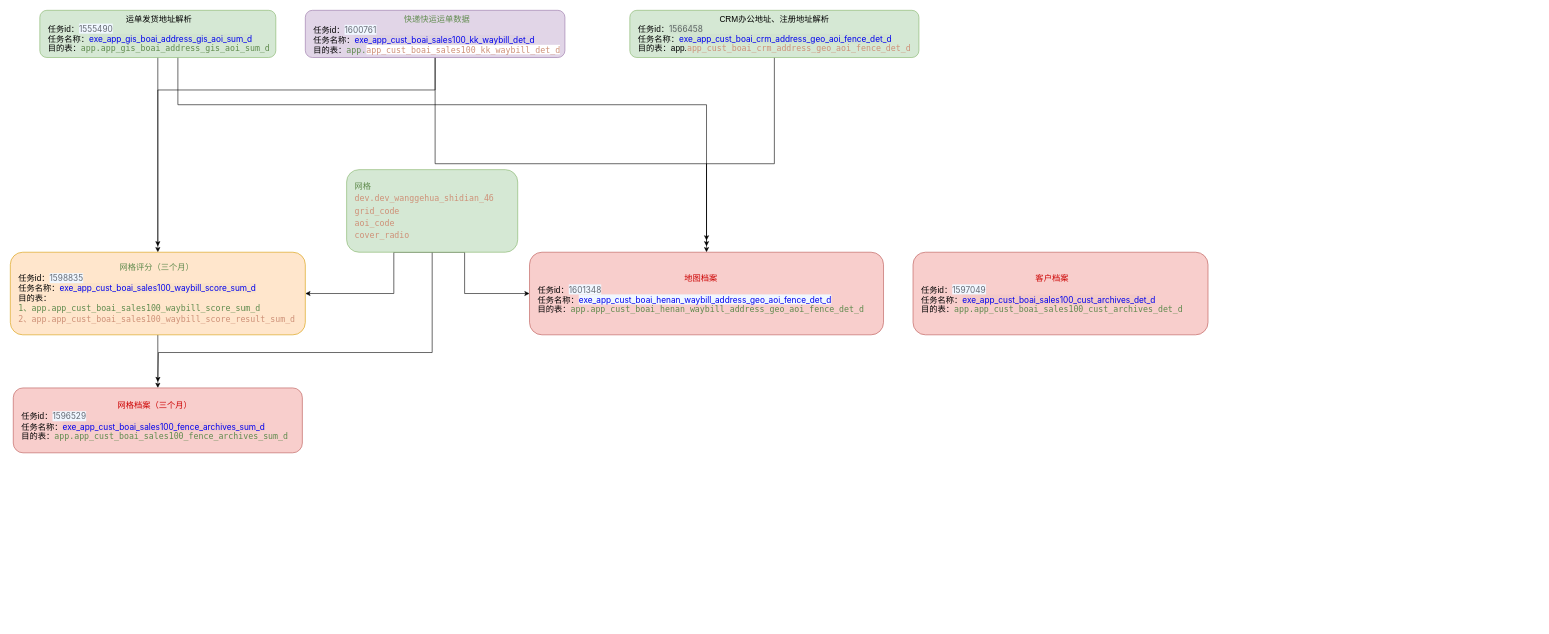
The draw.io diagram 网格化.drawio in tristayan/ck, before the edit. Source tidied: cells renumbered, new cells numbered last; positions are measured from the earlier drawing's top-left corner, leaving out a move shared by most shapes. Both pictures are drawn from the tidied source at 59%, with x=0, y=0 at pixel (10, 10).
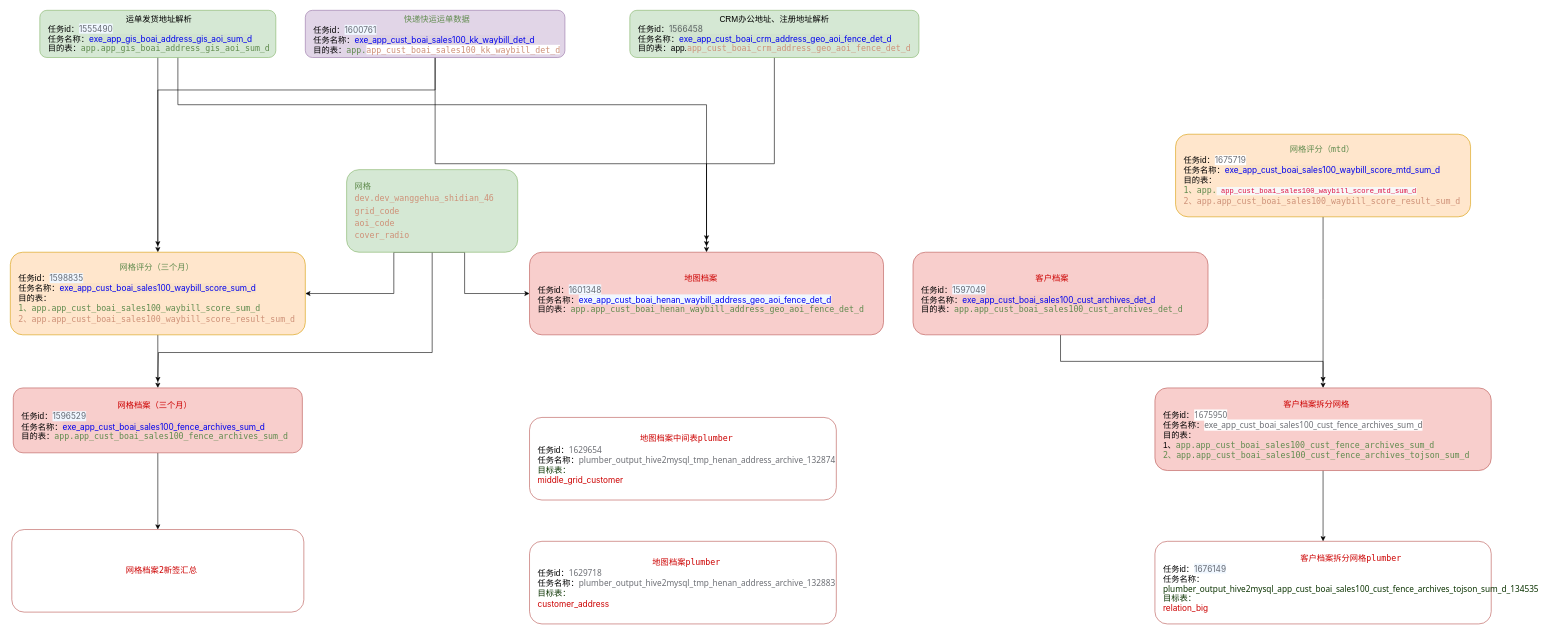
The same diagram, later.

Commit message:
更新网格化.drawio

The change refers to these unchanged cells:
```xml
<mxCell id="13" value="&lt;div style=&quot;text-align: center;&quot;&gt;&lt;div style=&quot;font-family: Menlo, Monaco, &amp;quot;Courier New&amp;quot;, monospace; line-height: 21px; white-space: pre;&quot;&gt;&lt;font color=&quot;#cc0000&quot;&gt;客户档案&lt;/font&gt;&lt;/div&gt;&lt;/div&gt;&lt;div&gt;任务id：&lt;span style=&quot;background-color: rgb(240, 247, 255); color: rgba(29, 33, 41, 0.65); font-family: -apple-system, &amp;quot;system-ui&amp;quot;, &amp;quot;Segoe UI&amp;quot;, &amp;quot;PingFang SC&amp;quot;, &amp;quot;Hiragino Sans GB&amp;quot;, &amp;quot;Microsoft YaHei&amp;quot;, &amp;quot;Helvetica Neue&amp;quot;, Helvetica, Arial, sans-serif, &amp;quot;Apple Color Emoji&amp;quot;, &amp;quot;Segoe UI Emoji&amp;quot;, &amp;quot;Segoe UI Symbol&amp;quot;; text-wrap-mode: nowrap;&quot;&gt;1597049&lt;/span&gt;&lt;/div&gt;&lt;div&gt;任务名称：&lt;a style=&quot;text-wrap-mode: nowrap; box-sizing: border-box; background-color: rgba(29, 33, 41, 0.02); cursor: pointer; transition: color 0.3s; touch-action: manipulation; font-family: -apple-system, &amp;quot;system-ui&amp;quot;, &amp;quot;Segoe UI&amp;quot;, &amp;quot;PingFang SC&amp;quot;, &amp;quot;Hiragino Sans GB&amp;quot;, &amp;quot;Microsoft YaHei&amp;quot;, &amp;quot;Helvetica Neue&amp;quot;, Helvetica, Arial, sans-serif, &amp;quot;Apple Color Emoji&amp;quot;, &amp;quot;Segoe UI Emoji&amp;quot;, &amp;quot;Segoe UI Symbol&amp;quot;; line-height: inherit; outline: 0px; text-decoration-line: none; padding-left: 0px; vertical-align: baseline; user-select: unset; padding-top: 0px !important; padding-right: 0px !important; padding-bottom: 0px !important;&quot; class=&quot;jmd__common-table-button--link&quot; title=&quot;exe_app_cust_boai_sales100_cust_archives_det_d&quot; target=&quot;_blank&quot; href=&quot;http://dp.jd.com/buffalo/task/detail?env=prod&amp;amp;taskId=1597049&quot;&gt;exe_app_cust_boai_sales100_cust_archives_det_d&lt;/a&gt;&lt;/div&gt;&lt;div&gt;目的表：&lt;span style=&quot;color: rgb(96, 139, 78); font-family: Menlo, Monaco, &amp;quot;Courier New&amp;quot;, monospace; white-space: pre; background-color: initial;&quot;&gt;app.app_cust_boai_sales100_cust_archives_det_d&lt;/span&gt;&lt;/div&gt;" style="rounded=1;whiteSpace=wrap;html=1;fontSize=14;align=left;spacingLeft=12;fillColor=#f8cecc;strokeColor=#b85450;" parent="1" vertex="1">
  <mxGeometry x="1530" y="410" width="500" height="140" as="geometry" />
</mxCell>
<mxCell id="14" value="&lt;div style=&quot;text-align: center;&quot;&gt;&lt;div style=&quot;font-family: Menlo, Monaco, &amp;quot;Courier New&amp;quot;, monospace; line-height: 21px; white-space: pre;&quot;&gt;&lt;font color=&quot;#cc0000&quot;&gt;网格档案（三个月&lt;/font&gt;&lt;span style=&quot;color: rgb(204, 0, 0); background-color: initial;&quot;&gt;）&lt;/span&gt;&lt;/div&gt;&lt;/div&gt;&lt;div&gt;任务id：&lt;span style=&quot;background-color: rgb(240, 247, 255); color: rgba(29, 33, 41, 0.65); font-family: -apple-system, &amp;quot;system-ui&amp;quot;, &amp;quot;Segoe UI&amp;quot;, &amp;quot;PingFang SC&amp;quot;, &amp;quot;Hiragino Sans GB&amp;quot;, &amp;quot;Microsoft YaHei&amp;quot;, &amp;quot;Helvetica Neue&amp;quot;, Helvetica, Arial, sans-serif, &amp;quot;Apple Color Emoji&amp;quot;, &amp;quot;Segoe UI Emoji&amp;quot;, &amp;quot;Segoe UI Symbol&amp;quot;; text-wrap-mode: nowrap;&quot;&gt;1596529&lt;/span&gt;&lt;/div&gt;&lt;div&gt;任务名称：&lt;a style=&quot;text-wrap-mode: nowrap; box-sizing: border-box; background-color: rgba(29, 33, 41, 0.02); cursor: pointer; transition: color 0.3s; touch-action: manipulation; font-family: -apple-system, &amp;quot;system-ui&amp;quot;, &amp;quot;Segoe UI&amp;quot;, &amp;quot;PingFang SC&amp;quot;, &amp;quot;Hiragino Sans GB&amp;quot;, &amp;quot;Microsoft YaHei&amp;quot;, &amp;quot;Helvetica Neue&amp;quot;, Helvetica, Arial, sans-serif, &amp;quot;Apple Color Emoji&amp;quot;, &amp;quot;Segoe UI Emoji&amp;quot;, &amp;quot;Segoe UI Symbol&amp;quot;; line-height: inherit; outline: 0px; text-decoration-line: none; padding-left: 0px; vertical-align: baseline; user-select: unset; padding-top: 0px !important; padding-right: 0px !important; padding-bottom: 0px !important;&quot; class=&quot;jmd__common-table-button--link&quot; title=&quot;exe_app_cust_boai_sales100_fence_archives_sum_d&quot; target=&quot;_blank&quot; href=&quot;http://dp.jd.com/buffalo/task/detail?env=prod&amp;amp;taskId=1596529&quot;&gt;exe_app_cust_boai_sales100_fence_archives_sum_d&lt;/a&gt;&lt;/div&gt;&lt;div&gt;目的表：&lt;span style=&quot;background-color: initial; color: rgb(96, 139, 78); font-family: Menlo, Monaco, &amp;quot;Courier New&amp;quot;, monospace; white-space: pre;&quot;&gt;app.&lt;/span&gt;&lt;span style=&quot;color: rgb(96, 139, 78); font-family: Menlo, Monaco, &amp;quot;Courier New&amp;quot;, monospace; white-space: pre;&quot;&gt;app_cust_boai_sales100_fence_archives_sum_d&lt;/span&gt;&lt;/div&gt;" style="rounded=1;whiteSpace=wrap;html=1;fontSize=14;align=left;spacingLeft=12;fillColor=#f8cecc;strokeColor=#b85450;" parent="1" vertex="1">
  <mxGeometry x="5" y="640" width="490" height="110" as="geometry" />
</mxCell>
```

What changed in the source:
```diff
@@
+    <mxCell id="19" style="edgeStyle=orthogonalEdgeStyle;rounded=0;jettySize=auto;html=1;entryX=0.5;entryY=0;entryDx=0;entryDy=0;" parent="1" edge="1" source="13" target="24">
+      <mxGeometry relative="1" as="geometry" />
+    </mxCell>
@@
+    <mxCell id="20" style="edgeStyle=orthogonalEdgeStyle;rounded=0;jettySize=auto;html=1;entryX=0.5;entryY=0;entryDx=0;entryDy=0;" parent="1" edge="1" source="14" target="26">
+      <mxGeometry relative="1" as="geometry" />
+    </mxCell>
@@
+    <mxCell id="21" style="edgeStyle=orthogonalEdgeStyle;rounded=0;jettySize=auto;html=1;" parent="1" edge="1" source="22">
+      <mxGeometry relative="1" as="geometry">
+        <mxPoint x="2225" y="630" as="targetPoint" />
+      </mxGeometry>
+    </mxCell>
+    <mxCell id="22" value="&lt;div style=&quot;text-align: center;&quot;&gt;&lt;div style=&quot;color: rgb(212, 212, 212); font-family: Menlo, Monaco, &amp;quot;Courier New&amp;quot;, monospace; line-height: 21px; white-space: pre;&quot;&gt;&lt;span style=&quot;color: rgb(96, 139, 78);&quot;&gt;网格评分（mtd）&lt;/span&gt;&lt;/div&gt;&lt;/div&gt;&lt;div&gt;任务id：&lt;span style=&quot;background-color: rgb(255, 255, 255); color: rgba(29, 33, 41, 0.65); font-family: -apple-system, &amp;quot;system-ui&amp;quot;, &amp;quot;Segoe UI&amp;quot;, &amp;quot;PingFang SC&amp;quot;, &amp;quot;Hiragino Sans GB&amp;quot;, &amp;quot;Microsoft YaHei&amp;quot;, &amp;quot;Helvetica Neue&amp;quot;, Helvetica, Arial, sans-serif, &amp;quot;Apple Color Emoji&amp;quot;, &amp;quot;Segoe UI Emoji&amp;quot;, &amp;quot;Segoe UI Symbol&amp;quot;; text-wrap-mode: nowrap;&quot;&gt;1675719&lt;/span&gt;&lt;/div&gt;&lt;div&gt;任务名称：&lt;a href=&quot;http://dp.jd.com/buffalo/task/detail?env=prod&amp;amp;taskId=1598835&quot; target=&quot;_blank&quot; title=&quot;exe_app_cust_boai_sales100_waybill_score_sum_d&quot; class=&quot;jmd__common-table-button--link&quot; style=&quot;text-wrap-mode: nowrap; box-sizing: border-box; background-color: rgba(29, 33, 41, 0.02); cursor: pointer; transition: color 0.3s; touch-action: manipulation; font-family: -apple-system, &amp;quot;system-ui&amp;quot;, &amp;quot;Segoe UI&amp;quot;, &amp;quot;PingFang SC&amp;quot;, &amp;quot;Hiragino Sans GB&amp;quot;, &amp;quot;Microsoft YaHei&amp;quot;, &amp;quot;Helvetica Neue&amp;quot;, Helvetica, Arial, sans-serif, &amp;quot;Apple Color Emoji&amp;quot;, &amp;quot;Segoe UI Emoji&amp;quot;, &amp;quot;Segoe UI Symbol&amp;quot;; line-height: inherit; outline: 0px; text-decoration-line: none; padding-left: 0px; vertical-align: baseline; user-select: unset; padding-top: 0px !important; padding-right: 0px !important; padding-bottom: 0px !important;&quot;&gt;exe_app_cust_boai_sales100_waybill_score_mtd_sum_d&lt;/a&gt;&lt;/div&gt;&lt;div&gt;目的表：&lt;/div&gt;&lt;div&gt;&lt;span style=&quot;color: rgb(96, 139, 78); font-family: Menlo, Monaco, &amp;quot;Courier New&amp;quot;, monospace; white-space: pre;&quot;&gt;1、app.&lt;/span&gt;&lt;span style=&quot;background-color: rgb(248, 248, 248); color: rgb(221, 17, 68); font-family: SFMono-Regular, Consolas, &amp;quot;Liberation Mono&amp;quot;, Menlo, Courier, monospace; font-size: 12px; white-space-collapse: preserve;&quot;&gt; app_cust_boai_sales100_waybill_score_mtd_sum_d&lt;/span&gt;&lt;/div&gt;&lt;div&gt;&lt;div style=&quot;color: rgb(212, 212, 212); font-family: Menlo, Monaco, &amp;quot;Courier New&amp;quot;, monospace; line-height: 21px; white-space: pre;&quot;&gt;&lt;span style=&quot;color: rgb(206, 145, 120);&quot;&gt;2、app.app_cust_boai_sales100_waybill_score_result_sum_d&lt;/span&gt;&lt;/div&gt;&lt;/div&gt;" style="rounded=1;whiteSpace=wrap;html=1;fontSize=14;align=left;spacingLeft=12;fillColor=#ffe6cc;strokeColor=#d79b00;" parent="1" vertex="1">
+      <mxGeometry x="1975" y="210" width="500" height="140" as="geometry" />
+    </mxCell>
+    <mxCell id="23" style="edgeStyle=orthogonalEdgeStyle;rounded=0;jettySize=auto;html=1;entryX=0.5;entryY=0;entryDx=0;entryDy=0;" parent="1" edge="1" source="24" target="25">
+      <mxGeometry relative="1" as="geometry" />
+    </mxCell>
+    <mxCell id="24" value="&lt;div style=&quot;text-align: center;&quot;&gt;&lt;div style=&quot;font-family: Menlo, Monaco, &amp;quot;Courier New&amp;quot;, monospace; line-height: 21px; white-space: pre;&quot;&gt;&lt;font color=&quot;#cc0000&quot;&gt;客户档案拆分网格&lt;/font&gt;&lt;/div&gt;&lt;/div&gt;&lt;div&gt;任务id：&lt;span style=&quot;background-color: rgb(255, 255, 255); color: rgba(29, 33, 41, 0.65); font-family: system-ui, -apple-system, &amp;quot;system-ui&amp;quot;, &amp;quot;PingFang SC&amp;quot;, 微软雅黑, &amp;quot;Microsoft YaHei&amp;quot;, &amp;quot;Segoe UI&amp;quot;, Roboto, &amp;quot;Helvetica Neue&amp;quot;, Arial, sans-serif; text-wrap-mode: nowrap;&quot;&gt;1675950&lt;/span&gt;&lt;/div&gt;&lt;div&gt;任务名称：&lt;span style=&quot;background-color: rgb(255, 255, 255); color: rgba(29, 33, 41, 0.65); font-family: system-ui, -apple-system, &amp;quot;system-ui&amp;quot;, &amp;quot;PingFang SC&amp;quot;, 微软雅黑, &amp;quot;Microsoft YaHei&amp;quot;, &amp;quot;Segoe UI&amp;quot;, Roboto, &amp;quot;Helvetica Neue&amp;quot;, Arial, sans-serif; text-wrap-mode: nowrap;&quot;&gt;exe_app_cust_boai_sales100_cust_fence_archives_sum_d&lt;/span&gt;&lt;/div&gt;&lt;div&gt;目的表：&lt;/div&gt;&lt;div&gt;1、&lt;span style=&quot;color: rgb(96, 139, 78); font-family: Menlo, Monaco, &amp;quot;Courier New&amp;quot;, monospace; white-space: pre; background-color: initial;&quot;&gt;app.&lt;/span&gt;&lt;span style=&quot;color: rgb(96, 139, 78); font-family: Menlo, Monaco, &amp;quot;Courier New&amp;quot;, monospace; white-space: pre;&quot;&gt;app_cust_boai_sales100_cust_fence_archives_sum_d&lt;/span&gt;&lt;/div&gt;&lt;div&gt;&lt;span style=&quot;color: rgb(96, 139, 78); font-family: Menlo, Monaco, &amp;quot;Courier New&amp;quot;, monospace; white-space: pre;&quot;&gt;2、&lt;/span&gt;&lt;span style=&quot;color: rgb(96, 139, 78); font-family: Menlo, Monaco, &amp;quot;Courier New&amp;quot;, monospace; white-space: pre;&quot;&gt;app.app_cust_boai_sales100_cust_fence_archives_tojson_sum_d&lt;/span&gt;&lt;/div&gt;" style="rounded=1;whiteSpace=wrap;html=1;fontSize=14;align=left;spacingLeft=12;fillColor=#f8cecc;strokeColor=#b85450;" parent="1" vertex="1">
+      <mxGeometry x="1940" y="640" width="570" height="140" as="geometry" />
+    </mxCell>
+    <mxCell id="25" value="&lt;div style=&quot;text-align: center;&quot;&gt;&lt;div style=&quot;font-family: Menlo, Monaco, &amp;quot;Courier New&amp;quot;, monospace; line-height: 21px; white-space: pre;&quot;&gt;&lt;font color=&quot;#cc0000&quot;&gt;客户档案拆分网格plumber&lt;/font&gt;&lt;/div&gt;&lt;/div&gt;&lt;div&gt;任务id：&lt;span style=&quot;background-color: rgb(240, 247, 255); color: rgba(29, 33, 41, 0.65); font-family: -apple-system, &amp;quot;system-ui&amp;quot;, &amp;quot;Segoe UI&amp;quot;, &amp;quot;PingFang SC&amp;quot;, &amp;quot;Hiragino Sans GB&amp;quot;, &amp;quot;Microsoft YaHei&amp;quot;, &amp;quot;Helvetica Neue&amp;quot;, Helvetica, Arial, sans-serif, &amp;quot;Apple Color Emoji&amp;quot;, &amp;quot;Segoe UI Emoji&amp;quot;, &amp;quot;Segoe UI Symbol&amp;quot;; text-wrap-mode: nowrap;&quot;&gt;1676149&lt;/span&gt;&lt;/div&gt;&lt;div&gt;任务名称：&lt;span style=&quot;background-color: initial; text-wrap-mode: nowrap;&quot;&gt;&lt;font face=&quot;system-ui, -apple-system, system-ui, PingFang SC, 微软雅黑, Microsoft YaHei, Segoe UI, Roboto, Helvetica Neue, Arial, sans-serif&quot; color=&quot;rgba(29, 33, 41, 0.65)&quot;&gt;plumber_output_hive2mysql_app_cust_boai_sales100_cust_fence_archives_tojson_sum_d_134535&lt;/font&gt;&lt;/span&gt;&lt;/div&gt;&lt;div&gt;&lt;span style=&quot;background-color: initial; text-wrap-mode: nowrap;&quot;&gt;&lt;font face=&quot;system-ui, -apple-system, system-ui, PingFang SC, 微软雅黑, Microsoft YaHei, Segoe UI, Roboto, Helvetica Neue, Arial, sans-serif&quot; color=&quot;rgba(29, 33, 41, 0.65)&quot;&gt;目标表：&lt;/font&gt;&lt;/span&gt;&lt;/div&gt;&lt;div&gt;&lt;span style=&quot;font-family: -apple-system, SC, &amp;quot;PingFang SC&amp;quot;, &amp;quot;Helvetica Neue&amp;quot;, arial, &amp;quot;Hiragino Sans GB&amp;quot;, &amp;quot;Microsoft YaHei&amp;quot;, &amp;quot;Microsoft YaHei UI&amp;quot;, sans-serif, &amp;quot;Apple Color Emoji&amp;quot;, &amp;quot;Segoe UI Emoji&amp;quot;, &amp;quot;Segoe UI Symbol&amp;quot;; text-wrap-mode: nowrap; background-color: rgb(255, 255, 255);&quot;&gt;&lt;font color=&quot;#cc0000&quot;&gt;relation_big&lt;/font&gt;&lt;/span&gt;&lt;span style=&quot;background-color: initial; text-wrap-mode: nowrap;&quot;&gt;&lt;font face=&quot;system-ui, -apple-system, system-ui, PingFang SC, 微软雅黑, Microsoft YaHei, Segoe UI, Roboto, Helvetica Neue, Arial, sans-serif&quot; color=&quot;rgba(29, 33, 41, 0.65)&quot;&gt;&lt;/font&gt;&lt;/span&gt;&lt;/div&gt;" style="rounded=1;whiteSpace=wrap;html=1;fontSize=14;align=left;spacingLeft=12;fillColor=none;strokeColor=#b85450;" parent="1" vertex="1">
+      <mxGeometry x="1940" y="900" width="570" height="140" as="geometry" />
+    </mxCell>
+    <mxCell id="26" value="&lt;div style=&quot;&quot;&gt;&lt;div style=&quot;font-family: Menlo, Monaco, &amp;quot;Courier New&amp;quot;, monospace; line-height: 21px; white-space: pre;&quot;&gt;&lt;font color=&quot;#cc0000&quot;&gt;网格档案2新签汇总&lt;/font&gt;&lt;/div&gt;&lt;/div&gt;" style="rounded=1;whiteSpace=wrap;html=1;fontSize=14;align=center;spacingLeft=12;fillColor=none;strokeColor=#b85450;" parent="1" vertex="1">
+      <mxGeometry x="2.5" y="880" width="495" height="140" as="geometry" />
+    </mxCell>
+    <mxCell id="27" value="&lt;div style=&quot;text-align: center;&quot;&gt;&lt;div style=&quot;font-family: Menlo, Monaco, &amp;quot;Courier New&amp;quot;, monospace; line-height: 21px; white-space: pre;&quot;&gt;&lt;font color=&quot;#cc0000&quot;&gt;地图档案中间表plumber&lt;/font&gt;&lt;/div&gt;&lt;/div&gt;&lt;div&gt;任务id：&lt;span style=&quot;background-color: rgb(255, 255, 255); color: rgba(29, 33, 41, 0.65); font-family: system-ui, -apple-system, &amp;quot;system-ui&amp;quot;, &amp;quot;PingFang SC&amp;quot;, 微软雅黑, &amp;quot;Microsoft YaHei&amp;quot;, &amp;quot;Segoe UI&amp;quot;, Roboto, &amp;quot;Helvetica Neue&amp;quot;, Arial, sans-serif; text-wrap-mode: nowrap;&quot;&gt;1629654&lt;/span&gt;&lt;/div&gt;&lt;div&gt;任务名称：&lt;span style=&quot;background-color: rgb(255, 255, 255); color: rgba(29, 33, 41, 0.65); font-family: system-ui, -apple-system, &amp;quot;system-ui&amp;quot;, &amp;quot;PingFang SC&amp;quot;, 微软雅黑, &amp;quot;Microsoft YaHei&amp;quot;, &amp;quot;Segoe UI&amp;quot;, Roboto, &amp;quot;Helvetica Neue&amp;quot;, Arial, sans-serif;&quot;&gt;plumber_output_hive2mysql_tmp_henan_address_archive_132874&lt;/span&gt;&lt;/div&gt;&lt;div&gt;&lt;span style=&quot;background-color: initial; text-wrap-mode: nowrap;&quot;&gt;&lt;font face=&quot;system-ui, -apple-system, system-ui, PingFang SC, 微软雅黑, Microsoft YaHei, Segoe UI, Roboto, Helvetica Neue, Arial, sans-serif&quot; color=&quot;rgba(29, 33, 41, 0.65)&quot;&gt;目标表：&lt;/font&gt;&lt;/span&gt;&lt;/div&gt;&lt;div&gt;&lt;span style=&quot;font-family: -apple-system, SC, &amp;quot;PingFang SC&amp;quot;, &amp;quot;Helvetica Neue&amp;quot;, arial, &amp;quot;Hiragino Sans GB&amp;quot;, &amp;quot;Microsoft YaHei&amp;quot;, &amp;quot;Microsoft YaHei UI&amp;quot;, sans-serif, &amp;quot;Apple Color Emoji&amp;quot;, &amp;quot;Segoe UI Emoji&amp;quot;, &amp;quot;Segoe UI Symbol&amp;quot;; text-wrap-mode: nowrap; background-color: rgb(255, 255, 255);&quot;&gt;&lt;font color=&quot;#cc0000&quot; style=&quot;&quot;&gt;middle_grid_customer&lt;/font&gt;&lt;/span&gt;&lt;/div&gt;" style="rounded=1;whiteSpace=wrap;html=1;fontSize=14;align=left;spacingLeft=12;fillColor=none;strokeColor=#b85450;" parent="1" vertex="1">
+      <mxGeometry x="880" y="690" width="520" height="140" as="geometry" />
+    </mxCell>
+    <mxCell id="28" value="&lt;div style=&quot;text-align: center;&quot;&gt;&lt;div style=&quot;font-family: Menlo, Monaco, &amp;quot;Courier New&amp;quot;, monospace; line-height: 21px; white-space: pre;&quot;&gt;&lt;font color=&quot;#cc0000&quot;&gt;地图档案plumber&lt;/font&gt;&lt;/div&gt;&lt;/div&gt;&lt;div&gt;任务id：&lt;span style=&quot;background-color: rgb(255, 255, 255); color: rgba(29, 33, 41, 0.65); font-family: system-ui, -apple-system, &amp;quot;system-ui&amp;quot;, &amp;quot;PingFang SC&amp;quot;, 微软雅黑, &amp;quot;Microsoft YaHei&amp;quot;, &amp;quot;Segoe UI&amp;quot;, Roboto, &amp;quot;Helvetica Neue&amp;quot;, Arial, sans-serif; text-wrap-mode: nowrap;&quot;&gt;1629718&lt;/span&gt;&lt;/div&gt;&lt;div&gt;任务名称：&lt;span style=&quot;background-color: rgb(255, 255, 255); color: rgba(29, 33, 41, 0.65); font-family: system-ui, -apple-system, &amp;quot;system-ui&amp;quot;, &amp;quot;PingFang SC&amp;quot;, 微软雅黑, &amp;quot;Microsoft YaHei&amp;quot;, &amp;quot;Segoe UI&amp;quot;, Roboto, &amp;quot;Helvetica Neue&amp;quot;, Arial, sans-serif; text-wrap-mode: nowrap;&quot;&gt;plumber_output_hive2mysql_tmp_henan_address_archive_132883&lt;/span&gt;&lt;/div&gt;&lt;div&gt;&lt;span style=&quot;background-color: initial; text-wrap-mode: nowrap;&quot;&gt;&lt;font face=&quot;system-ui, -apple-system, system-ui, PingFang SC, 微软雅黑, Microsoft YaHei, Segoe UI, Roboto, Helvetica Neue, Arial, sans-serif&quot; color=&quot;rgba(29, 33, 41, 0.65)&quot;&gt;目标表：&lt;/font&gt;&lt;/span&gt;&lt;/div&gt;&lt;div&gt;&lt;span style=&quot;font-family: -apple-system, SC, &amp;quot;PingFang SC&amp;quot;, &amp;quot;Helvetica Neue&amp;quot;, arial, &amp;quot;Hiragino Sans GB&amp;quot;, &amp;quot;Microsoft YaHei&amp;quot;, &amp;quot;Microsoft YaHei UI&amp;quot;, sans-serif, &amp;quot;Apple Color Emoji&amp;quot;, &amp;quot;Segoe UI Emoji&amp;quot;, &amp;quot;Segoe UI Symbol&amp;quot;; text-wrap-mode: nowrap; background-color: rgb(255, 255, 255);&quot;&gt;&lt;font color=&quot;#cc0000&quot; style=&quot;&quot;&gt;customer_address&lt;/font&gt;&lt;/span&gt;&lt;/div&gt;" style="rounded=1;whiteSpace=wrap;html=1;fontSize=14;align=left;spacingLeft=12;fillColor=none;strokeColor=#b85450;" parent="1" vertex="1">
+      <mxGeometry x="880" y="900" width="520" height="140" as="geometry" />
+    </mxCell>
```
